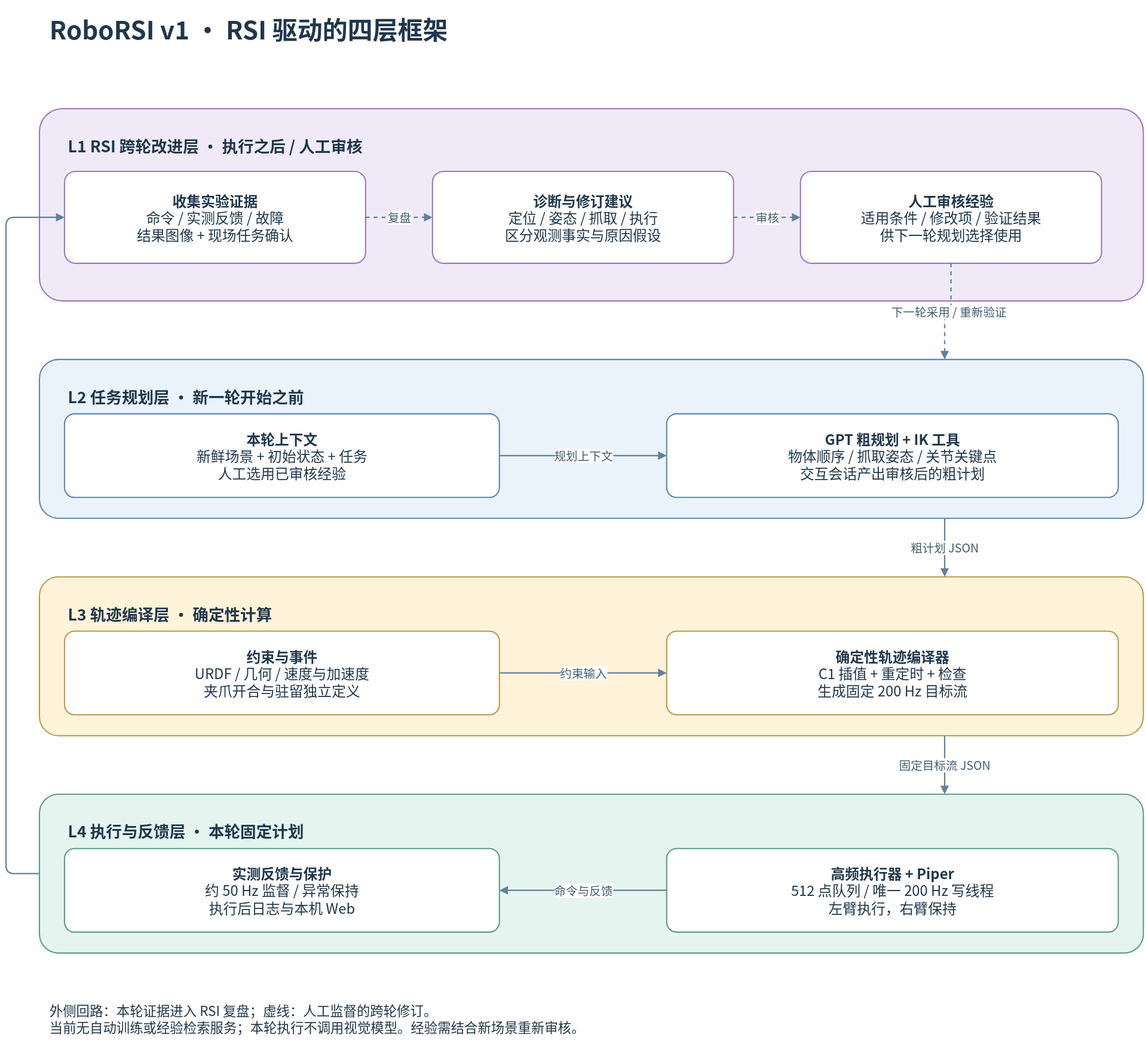
Earlier version of the draw.io export docs/figures/architecture.svg (Srt-tian/RoboRSI_v1). Source tidied: cells renumbered, new cells last; positions are measured from the earlier drawing's top-left corner, leaving out a move shared by most shapes.
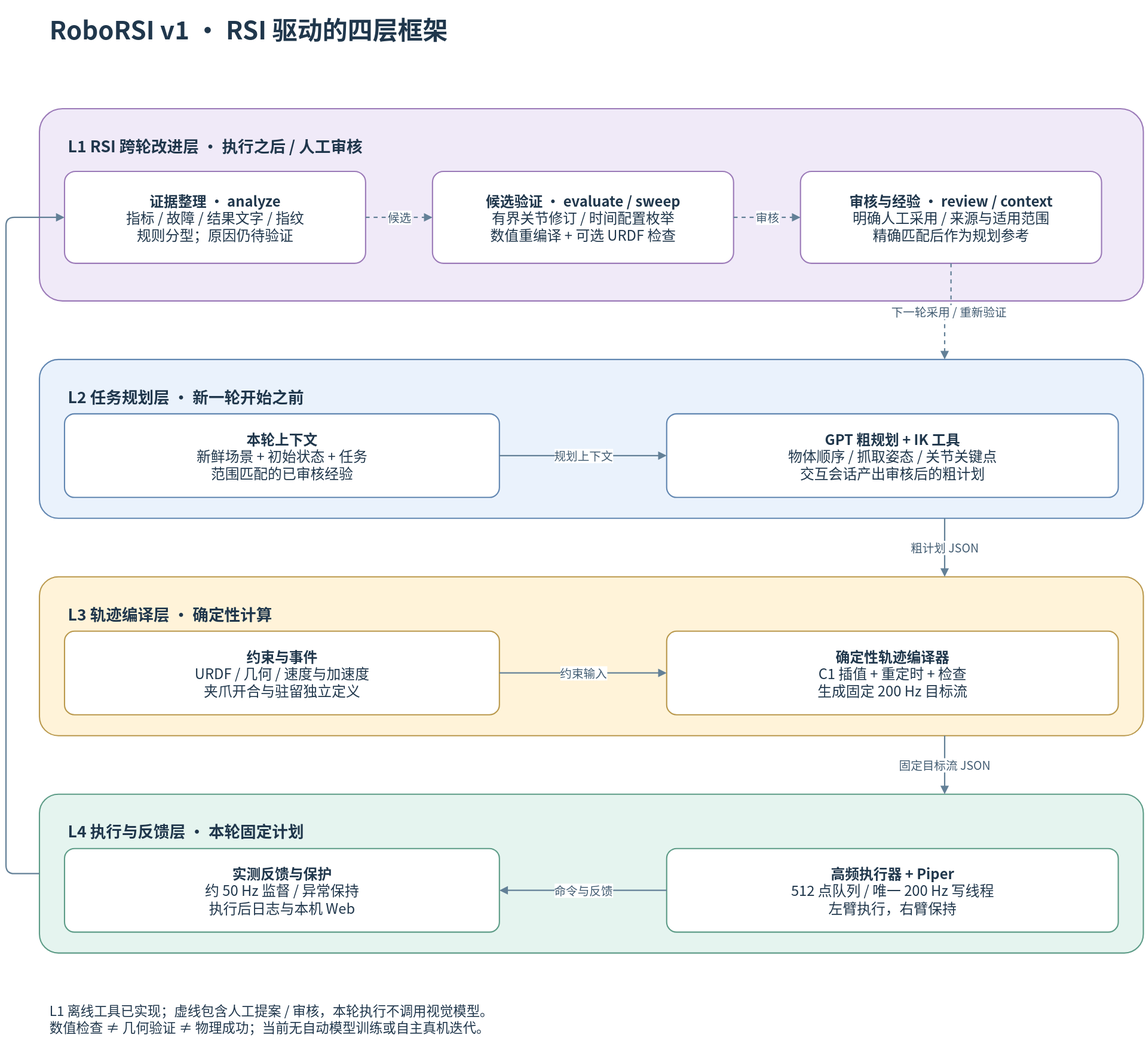
Later version of the same file.

What changed in the source:
```diff
@@ -8,19 +8,19 @@
     <mxCell id="3" value="L1  RSI 跨轮改进层 · 执行之后 / 人工审核" style="rounded=1;whiteSpace=wrap;html=1;fillColor=#F0EAF8;strokeColor=#9B7AB8;strokeWidth=1.5;fontFamily=Noto Sans CJK SC;fontSize=17;fontColor=#20374C;spacing=12;arcSize=12;verticalAlign=top;align=left;spacingTop=16;spacingLeft=22;fontStyle=1;fontSize=19;" parent="1" vertex="1">
       <mxGeometry x="40" y="130" width="1320" height="230" as="geometry" />
     </mxCell>
-    <mxCell id="4" value="&lt;b&gt;收集实验证据&lt;/b&gt;&lt;br&gt;命令 / 实测反馈 / 故障&lt;br&gt;结果图像 + 现场任务确认" style="rounded=1;whiteSpace=wrap;html=1;fillColor=#F0EAF8;strokeColor=#9B7AB8;strokeWidth=1.5;fontFamily=Noto Sans CJK SC;fontSize=17;fontColor=#20374C;spacing=12;arcSize=12;fillColor=#FFFFFF;" parent="3" vertex="1">
+    <mxCell id="4" value="&lt;b&gt;证据整理 · analyze&lt;/b&gt;&lt;br&gt;指标 / 故障 / 结果文字 / 指纹&lt;br&gt;规则分型；原因仍待验证" style="rounded=1;whiteSpace=wrap;html=1;fillColor=#F0EAF8;strokeColor=#9B7AB8;strokeWidth=1.5;fontFamily=Noto Sans CJK SC;fontSize=17;fontColor=#20374C;spacing=12;arcSize=12;fillColor=#FFFFFF;" parent="3" vertex="1">
       <mxGeometry x="30" y="75" width="360" height="110" as="geometry" />
     </mxCell>
-    <mxCell id="5" value="&lt;b&gt;诊断与修订建议&lt;/b&gt;&lt;br&gt;定位 / 姿态 / 抓取 / 执行&lt;br&gt;区分观测事实与原因假设" style="rounded=1;whiteSpace=wrap;html=1;fillColor=#F0EAF8;strokeColor=#9B7AB8;strokeWidth=1.5;fontFamily=Noto Sans CJK SC;fontSize=17;fontColor=#20374C;spacing=12;arcSize=12;fillColor=#FFFFFF;" parent="3" vertex="1">
+    <mxCell id="5" value="&lt;b&gt;候选验证 · evaluate / sweep&lt;/b&gt;&lt;br&gt;有界关节修订 / 时间配置枚举&lt;br&gt;数值重编译 + 可选 URDF 检查" style="rounded=1;whiteSpace=wrap;html=1;fillColor=#F0EAF8;strokeColor=#9B7AB8;strokeWidth=1.5;fontFamily=Noto Sans CJK SC;fontSize=17;fontColor=#20374C;spacing=12;arcSize=12;fillColor=#FFFFFF;" parent="3" vertex="1">
       <mxGeometry x="470" y="75" width="360" height="110" as="geometry" />
     </mxCell>
-    <mxCell id="6" value="&lt;b&gt;人工审核经验&lt;/b&gt;&lt;br&gt;适用条件 / 修改项 / 验证结果&lt;br&gt;供下一轮规划选择使用" style="rounded=1;whiteSpace=wrap;html=1;fillColor=#F0EAF8;strokeColor=#9B7AB8;strokeWidth=1.5;fontFamily=Noto Sans CJK SC;fontSize=17;fontColor=#20374C;spacing=12;arcSize=12;fillColor=#FFFFFF;" parent="3" vertex="1">
+    <mxCell id="6" value="&lt;b&gt;审核与经验 · review / context&lt;/b&gt;&lt;br&gt;明确人工采用 / 来源与适用范围&lt;br&gt;精确匹配后作为规划参考" style="rounded=1;whiteSpace=wrap;html=1;fillColor=#F0EAF8;strokeColor=#9B7AB8;strokeWidth=1.5;fontFamily=Noto Sans CJK SC;fontSize=17;fontColor=#20374C;spacing=12;arcSize=12;fillColor=#FFFFFF;" parent="3" vertex="1">
       <mxGeometry x="910" y="75" width="360" height="110" as="geometry" />
     </mxCell>
     <mxCell id="7" value="L2  任务规划层 · 新一轮开始之前" style="rounded=1;whiteSpace=wrap;html=1;fillColor=#EAF2FC;strokeColor=#6186B1;strokeWidth=1.5;fontFamily=Noto Sans CJK SC;fontSize=17;fontColor=#20374C;spacing=12;arcSize=12;verticalAlign=top;align=left;spacingTop=16;spacingLeft=22;fontStyle=1;fontSize=19;" parent="1" vertex="1">
       <mxGeometry x="40" y="430" width="1320" height="190" as="geometry" />
     </mxCell>
-    <mxCell id="8" value="&lt;b&gt;本轮上下文&lt;/b&gt;&lt;br&gt;新鲜场景 + 初始状态 + 任务&lt;br&gt;人工选用已审核经验" style="rounded=1;whiteSpace=wrap;html=1;fillColor=#EAF2FC;strokeColor=#6186B1;strokeWidth=1.5;fontFamily=Noto Sans CJK SC;fontSize=17;fontColor=#20374C;spacing=12;arcSize=12;fillColor=#FFFFFF;" parent="7" vertex="1">
+    <mxCell id="8" value="&lt;b&gt;本轮上下文&lt;/b&gt;&lt;br&gt;新鲜场景 + 初始状态 + 任务&lt;br&gt;范围匹配的已审核经验" style="rounded=1;whiteSpace=wrap;html=1;fillColor=#EAF2FC;strokeColor=#6186B1;strokeWidth=1.5;fontFamily=Noto Sans CJK SC;fontSize=17;fontColor=#20374C;spacing=12;arcSize=12;fillColor=#FFFFFF;" parent="7" vertex="1">
       <mxGeometry x="30" y="65" width="520" height="100" as="geometry" />
     </mxCell>
     <mxCell id="9" value="&lt;b&gt;GPT 粗规划 + IK 工具&lt;/b&gt;&lt;br&gt;物体顺序 / 抓取姿态 / 关节关键点&lt;br&gt;交互会话产出审核后的粗计划" style="rounded=1;whiteSpace=wrap;html=1;fillColor=#EAF2FC;strokeColor=#6186B1;strokeWidth=1.5;fontFamily=Noto Sans CJK SC;fontSize=17;fontColor=#20374C;spacing=12;arcSize=12;fillColor=#FFFFFF;" parent="7" vertex="1">
@@ -44,7 +44,7 @@
     <mxCell id="15" value="&lt;b&gt;高频执行器 + Piper&lt;/b&gt;&lt;br&gt;512 点队列 / 唯一 200 Hz 写线程&lt;br&gt;左臂执行，右臂保持" style="rounded=1;whiteSpace=wrap;html=1;fillColor=#E5F4EF;strokeColor=#5D9C87;strokeWidth=1.5;fontFamily=Noto Sans CJK SC;fontSize=17;fontColor=#20374C;spacing=12;arcSize=12;fillColor=#FFFFFF;" parent="13" vertex="1">
       <mxGeometry x="750" y="65" width="540" height="100" as="geometry" />
     </mxCell>
-    <mxCell id="16" value="复盘" style="edgeStyle=orthogonalEdgeStyle;rounded=1;jettySize=auto;html=1;endArrow=block;strokeWidth=1.6;fontFamily=Noto Sans CJK SC;fontSize=14;labelBackgroundColor=#FFFFFF;strokeColor=#638097;fontColor=#425C72;exitX=1;exitY=.5;entryX=0;entryY=.5;dashed=1;" parent="1" edge="1" source="4" target="5">
+    <mxCell id="16" value="候选" style="edgeStyle=orthogonalEdgeStyle;rounded=1;jettySize=auto;html=1;endArrow=block;strokeWidth=1.6;fontFamily=Noto Sans CJK SC;fontSize=14;labelBackgroundColor=#FFFFFF;strokeColor=#638097;fontColor=#425C72;exitX=1;exitY=.5;entryX=0;entryY=.5;dashed=1;" parent="1" edge="1" source="4" target="5">
       <mxGeometry relative="1" as="geometry" />
     </mxCell>
     <mxCell id="17" value="审核" style="edgeStyle=orthogonalEdgeStyle;rounded=1;jettySize=auto;html=1;endArrow=block;strokeWidth=1.6;fontFamily=Noto Sans CJK SC;fontSize=14;labelBackgroundColor=#FFFFFF;strokeColor=#638097;fontColor=#425C72;exitX=1;exitY=.5;entryX=0;entryY=.5;dashed=1;" parent="1" edge="1" source="5" target="6">
@@ -76,7 +76,7 @@
         </Array>
       </mxGeometry>
     </mxCell>
-    <mxCell id="25" value="外侧回路：本轮证据进入 RSI 复盘；虚线：人工监督的跨轮修订。&lt;br&gt;当前无自动训练或经验检索服务；本轮执行不调用视觉模型。经验需结合新场景重新审核。" style="rounded=1;whiteSpace=wrap;html=1;fillColor=#EAF2FC;strokeColor=#6186B1;strokeWidth=1.5;fontFamily=Noto Sans CJK SC;fontSize=17;fontColor=#20374C;spacing=12;arcSize=12;fillColor=none;strokeColor=none;align=left;fontSize=16;" parent="1" vertex="1">
+    <mxCell id="25" value="L1 离线工具已实现；虚线包含人工提案 / 审核，本轮执行不调用视觉模型。&lt;br&gt;数值检查 ≠ 几何验证 ≠ 物理成功；当前无自动模型训练或自主真机迭代。" style="rounded=1;whiteSpace=wrap;html=1;fillColor=#EAF2FC;strokeColor=#6186B1;strokeWidth=1.5;fontFamily=Noto Sans CJK SC;fontSize=17;fontColor=#20374C;spacing=12;arcSize=12;fillColor=none;strokeColor=none;align=left;fontSize=16;" parent="1" vertex="1">
       <mxGeometry x="40" y="1180" width="1320" height="75" as="geometry" />
     </mxCell>
   </root>
```
